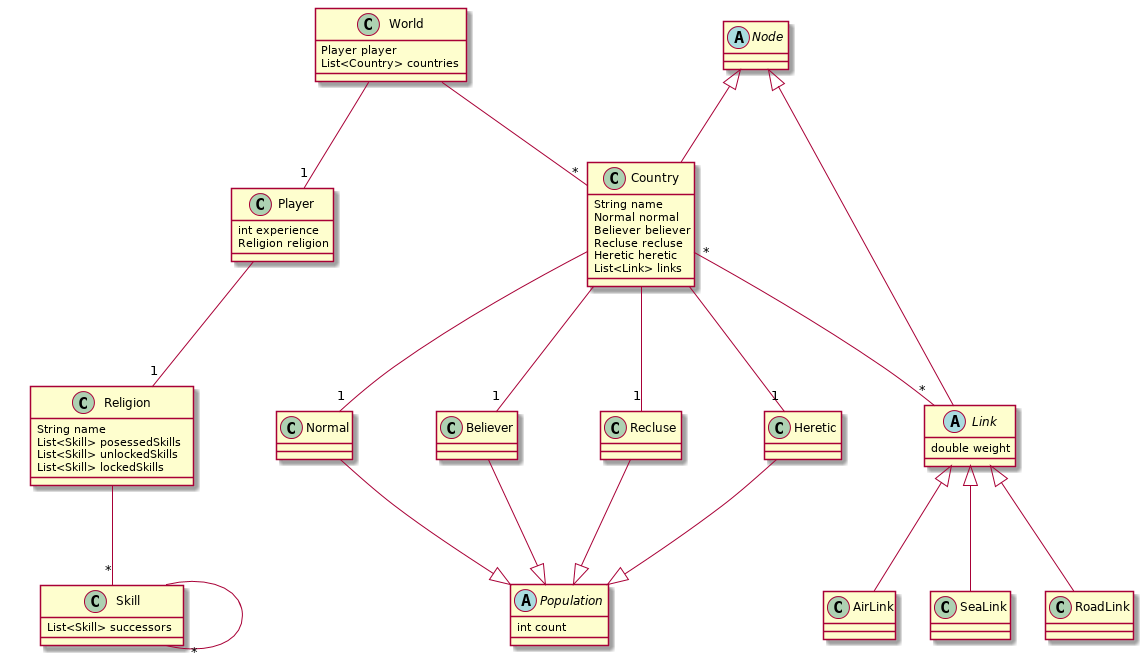
TeleGD/tgd-plague keeps this PlantUML diagram as doc/class_diagram.png. Above is the earlier version.
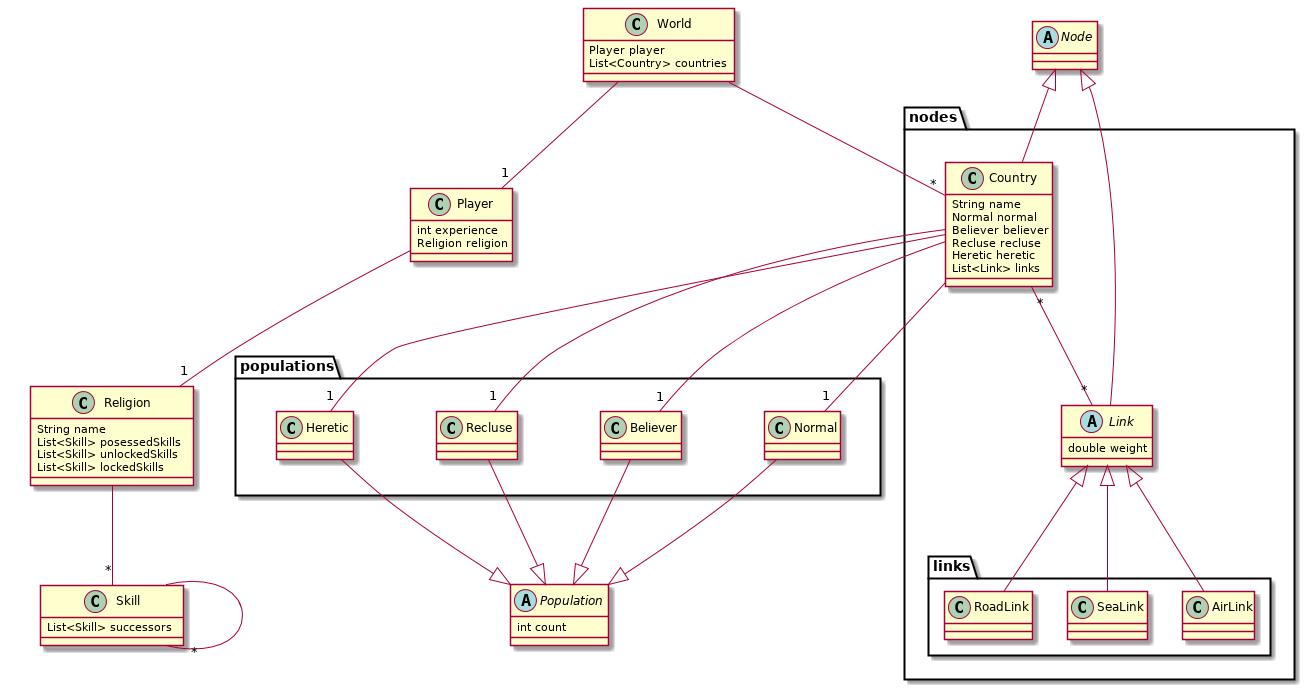
Above is the later version.

Commit message:
Version pré-implémentation de l\'UML

Change to the diagram source:
```diff
@@ -23,6 +23,7 @@
 
 abstract class Node
 
+package nodes{
 class Country{
   String name
   Normal normal
@@ -32,26 +33,27 @@
   List<Link> links
 }
 
+abstract class Link{
+  double weight
+}
+
+package links{
+class AirLink
+class SeaLink
+class RoadLink
+}
+}
+
 abstract class Population{
   int count
 }
 
+package populations{
 class Normal
 class Believer
 class Recluse
 class Heretic
-
-
-
-abstract class Link{
-  double weight
 }
-
-class AirLink
-
-class SeaLink
-
-class RoadLink
 
 Node <|-- Country
 Node <|-- Link
```
